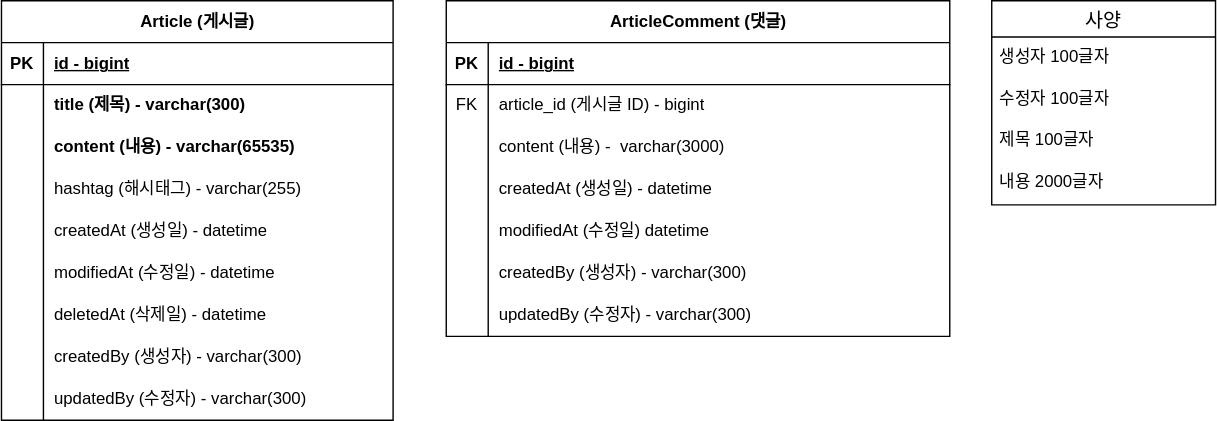
fastcampus-711/backend keeps this draw.io diagram as doc/Domain.svg. Above is the earlier version. Source tidied: cells renumbered, new cells last; positions are measured from the earlier drawing's top-left corner, leaving out a move shared by most shapes.
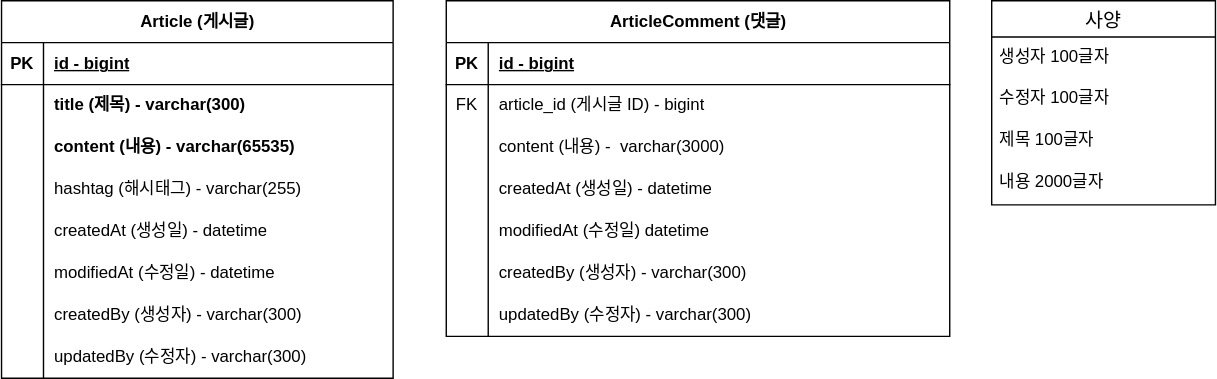
Later version of the same file.

The edit, as a diff of the source:
```diff
@@ -3,7 +3,7 @@
     <mxCell id="0" />
     <mxCell id="1" parent="0" />
     <mxCell id="2" value="Article (게시글)" style="shape=table;startSize=30;rowLines=0;fontStyle=1;align=center;html=1;" parent="1" vertex="1">
-      <mxGeometry width="280" height="300" as="geometry" />
+      <mxGeometry width="280" height="270" as="geometry" />
     </mxCell>
     <mxCell id="3" style="shape=tableRow;horizontal=0;startSize=0;swimlaneHead=0;swimlaneBody=0;fillColor=none;top=0;left=0;right=0;bottom=1;" parent="2" vertex="1">
       <mxGeometry y="30" width="280" height="30" as="geometry" />
@@ -59,17 +59,8 @@
     <mxCell id="20" value="modifiedAt (수정일) - datetime" style="shape=partialRectangle;fillColor=none;top=0;left=0;bottom=0;right=0;align=left;spacingLeft=6;overflow=hidden;whiteSpace=wrap;html=1;" parent="18" vertex="1">
       <mxGeometry x="30" width="250" height="30" as="geometry" />
     </mxCell>
-    <mxCell id="21" style="shape=tableRow;horizontal=0;startSize=0;swimlaneHead=0;swimlaneBody=0;fillColor=none;top=0;left=0;right=0;bottom=0;" parent="2" vertex="1">
-      <mxGeometry y="210" width="280" height="30" as="geometry" />
-    </mxCell>
-    <mxCell id="22" style="shape=partialRectangle;fillColor=none;top=0;left=0;bottom=0;right=0;overflow=hidden;whiteSpace=wrap;html=1;" parent="21" vertex="1">
-      <mxGeometry width="30" height="30" as="geometry" />
-    </mxCell>
-    <mxCell id="23" value="deletedAt (삭제일) - datetime" style="shape=partialRectangle;fillColor=none;top=0;left=0;bottom=0;right=0;align=left;spacingLeft=6;overflow=hidden;whiteSpace=wrap;html=1;" parent="21" vertex="1">
-      <mxGeometry x="30" width="250" height="30" as="geometry" />
-    </mxCell>
     <mxCell id="24" style="shape=tableRow;horizontal=0;startSize=0;swimlaneHead=0;swimlaneBody=0;fillColor=none;top=0;left=0;right=0;bottom=0;" parent="2" vertex="1">
-      <mxGeometry y="240" width="280" height="30" as="geometry" />
+      <mxGeometry y="210" width="280" height="30" as="geometry" />
     </mxCell>
     <mxCell id="25" style="shape=partialRectangle;fillColor=none;top=0;left=0;bottom=0;right=0;overflow=hidden;whiteSpace=wrap;html=1;" parent="24" vertex="1">
       <mxGeometry width="30" height="30" as="geometry" />
@@ -78,7 +69,7 @@
       <mxGeometry x="30" width="250" height="30" as="geometry" />
     </mxCell>
     <mxCell id="27" style="shape=tableRow;horizontal=0;startSize=0;swimlaneHead=0;swimlaneBody=0;fillColor=none;top=0;left=0;right=0;bottom=0;" parent="2" vertex="1">
-      <mxGeometry y="270" width="280" height="30" as="geometry" />
+      <mxGeometry y="240" width="280" height="30" as="geometry" />
     </mxCell>
     <mxCell id="28" style="shape=partialRectangle;fillColor=none;top=0;left=0;bottom=0;right=0;overflow=hidden;whiteSpace=wrap;html=1;" parent="27" vertex="1">
       <mxGeometry width="30" height="30" as="geometry" />
```
